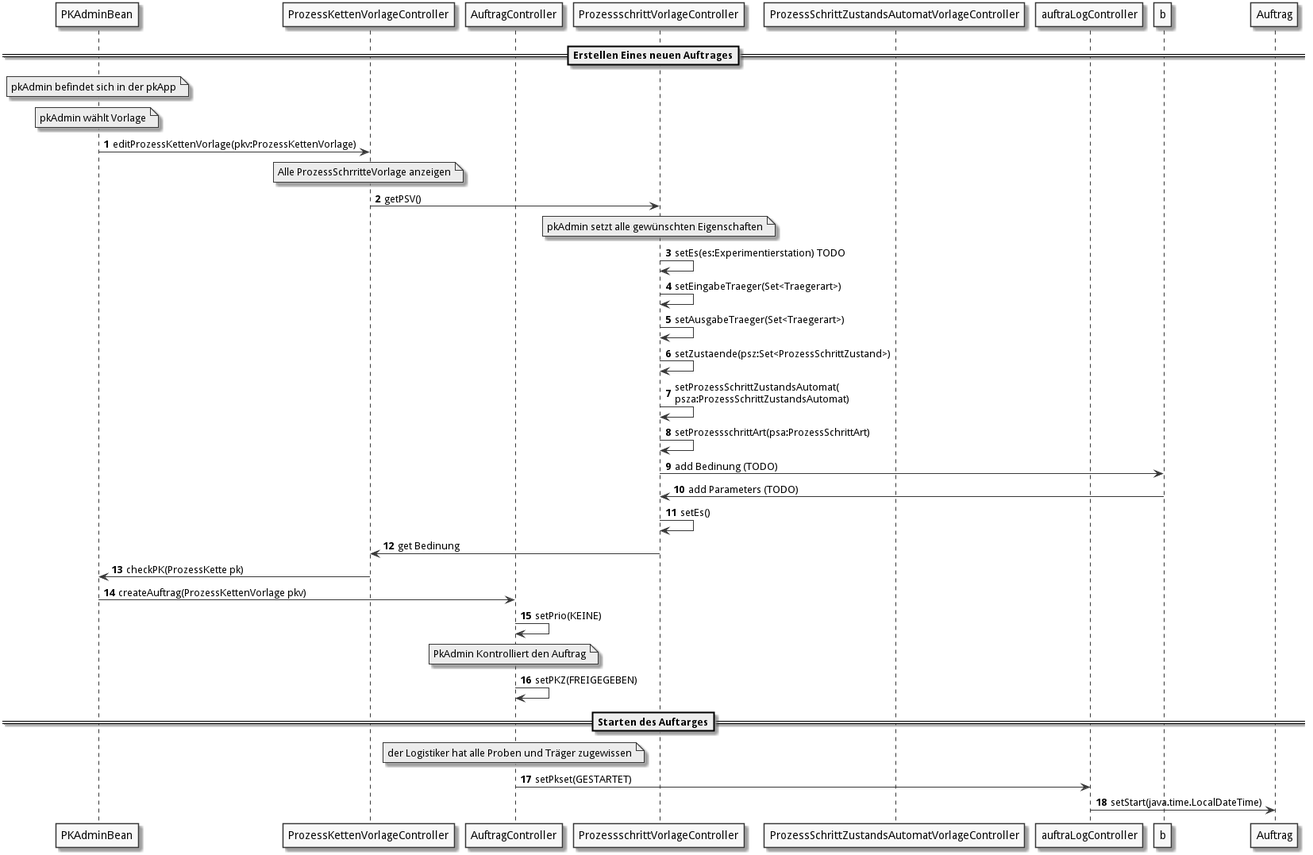
fkehlenb/softwareprojekt-2 keeps this PlantUML diagram as doc/UML/aw/pkErstellen.png. Above is the earlier version.
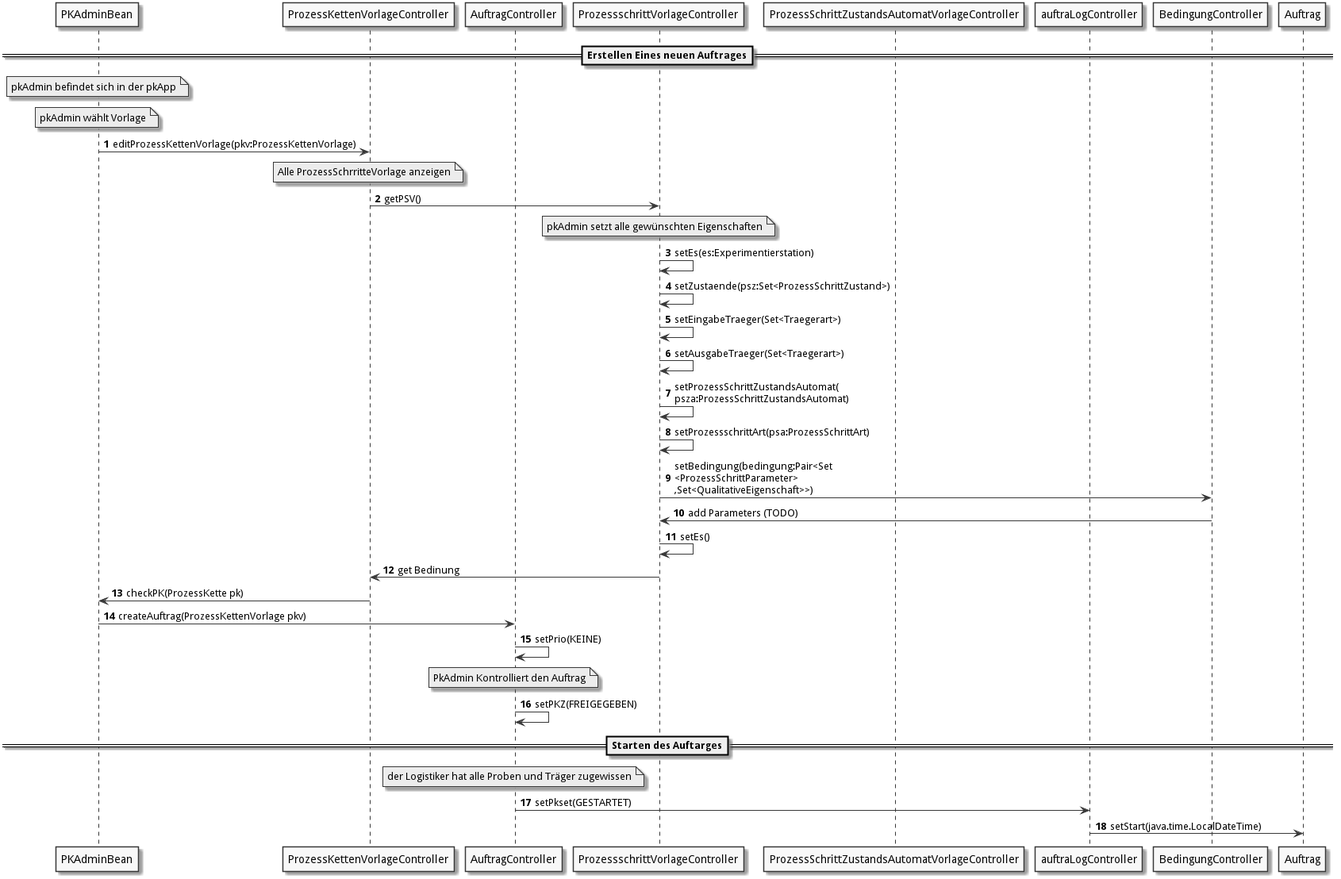
Above is the later version.

The edit, as a diff of the source:
```diff
@@ -9,6 +9,7 @@
 participant "ProzessschrittVorlageController" as psv
 participant "ProzessSchrittZustandsAutomatVorlageController" as psza
 participant "auftraLogController" as aLog
+participant "BedingungController" as b
 
   ==Erstellen Eines neuen Auftrages==
 note over pkaB : pkAdmin befindet sich in der pkApp
@@ -17,13 +18,13 @@
 note over pkv : Alle ProzessSchrritteVorlage anzeigen
 pkv -> psv : getPSV()
 note over psv : pkAdmin setzt alle gewünschten Eigenschaften
-psv -> psv : setEs(es:Experimentierstation) TODO
+psv -> psv : setEs(es:Experimentierstation)
+psv -> psv : setZustaende(psz:Set<ProzessSchrittZustand>)
 psv -> psv :  setEingabeTraeger(Set<Traegerart>)
 psv -> psv : setAusgabeTraeger(Set<Traegerart>)
-psv -> psv : setZustaende(psz:Set<ProzessSchrittZustand>)
 psv -> psv : setProzessSchrittZustandsAutomat(\npsza:ProzessSchrittZustandsAutomat)
 psv -> psv :  setProzessschrittArt(psa:ProzessSchrittArt)
-psv -> b : add Bedinung (TODO)
+psv -> b :   setBedingung(bedingung:Pair<Set\n<ProzessSchrittParameter>\n,Set<QualitativeEigenschaft>>)
 b -> psv : add Parameters (TODO)
 psv -> psv : setEs()
 psv -> pkv : get Bedinung
```
